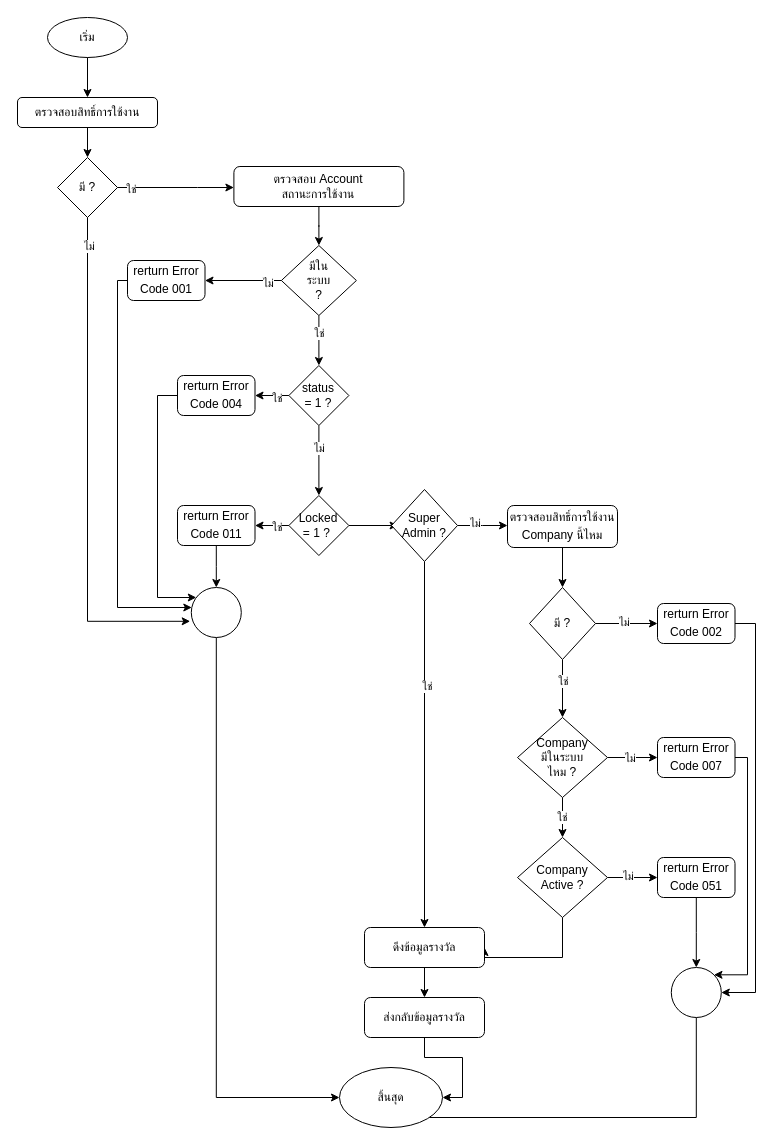
Earlier version of the draw.io diagram page "หน้า-1" (1 of 4) of ImpotantFinancial.drawio (charifrodmanee/charifrodmanee). Source tidied: cells renumbered, new cells numbered last; positions are measured from the earlier drawing's top-left corner, leaving out a move shared by most shapes. Both pictures are drawn from the tidied source at 100%, with x=0, y=0 at pixel (17, 17).
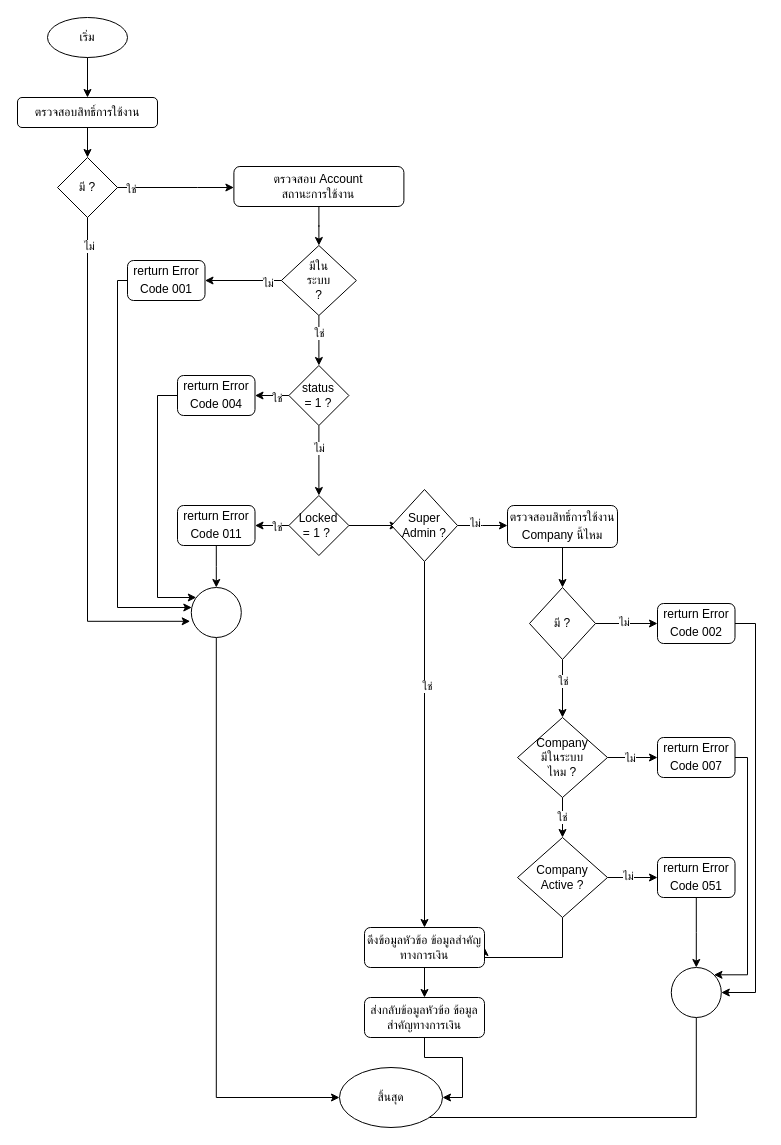
After the change.

What changed in the source:
```diff
@@
-    <mxCell id="62" value="ดึงข้อมูลรางวัล" style="rounded=1;whiteSpace=wrap;html=1;" parent="1" vertex="1">
+    <mxCell id="62" value="ดึงข้อมูลหัวข้อ ข้อมูลสำคัญทางการเงิน" style="rounded=1;whiteSpace=wrap;html=1;" parent="1" vertex="1">
       <mxGeometry x="347" y="910" width="120" height="40" as="geometry" />
     </mxCell>
@@
-    <mxCell id="67" value="ส่งกลับข้อมูลรางวัล" style="rounded=1;whiteSpace=wrap;html=1;" parent="1" vertex="1">
+    <mxCell id="67" value="ส่งกลับข้อมูลหัวข้อ ข้อมูลสำคัญทางการเงิน" style="rounded=1;whiteSpace=wrap;html=1;" parent="1" vertex="1">
       <mxGeometry x="347" y="980" width="120" height="40" as="geometry" />
     </mxCell>
```
